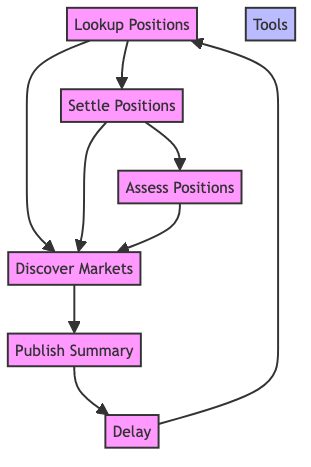
Earlier version of the Mermaid export packages/agent/docs/graph.png (sapiencexyz/sapience). Its source is kept beside it as packages/agent/docs/graph.mmd.
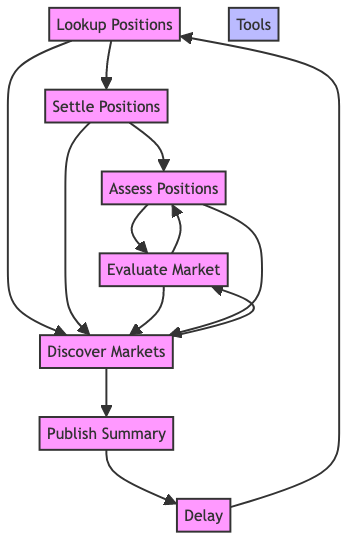
The same file after the commit.

Diff of the diagram source:
```diff
@@ -3,6 +3,7 @@
   settle_positions[Settle Positions]:::node;
   assess_positions[Assess Positions]:::node;
   discover_markets[Discover Markets]:::node;
+  evaluate_market[Evaluate Market]:::node;
   publish_summary[Publish Summary]:::node;
   delay[Delay]:::node;
   tools[Tools]:::tool;
@@ -10,6 +11,10 @@
   lookup --> discover_markets;
   settle_positions --> assess_positions;
   settle_positions --> discover_markets;
+  assess_positions --> evaluate_market;
+  evaluate_market --> assess_positions;
+  discover_markets --> evaluate_market;
+  evaluate_market --> discover_markets;
   assess_positions --> discover_markets;
   discover_markets --> publish_summary;
   publish_summary --> delay;
```
